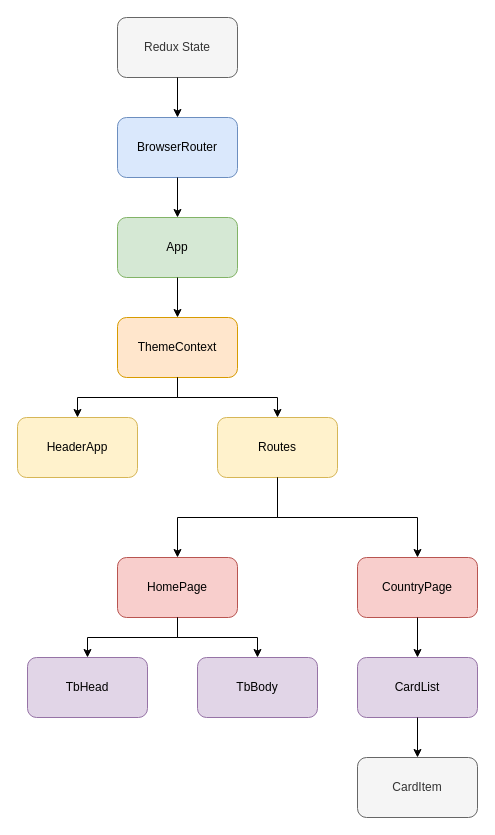
The draw.io diagram presentation/componentDiagram.drawio in ncongduy/country-information, before the edit. Source tidied: cells renumbered, new cells numbered last; positions are measured from the earlier drawing's top-left corner, leaving out a move shared by most shapes. Both pictures are drawn from the tidied source at 100%, with x=0, y=0 at pixel (17, 17).
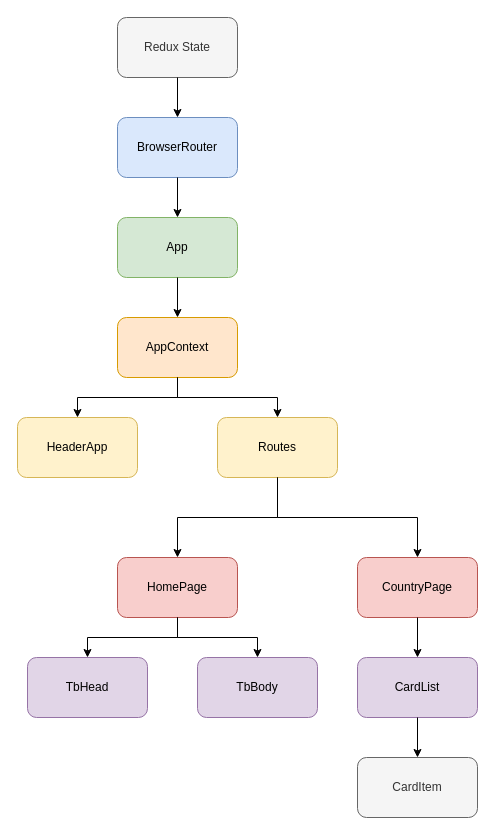
The same page after the edit.

Commit message (it also covers changes not shown here):
update: sort feature

Unchanged cells that the change refers to:
```xml
<mxCell id="2" style="group;" parent="1" vertex="1">
  <mxGeometry width="460" height="800" as="geometry" />
</mxCell>
```

The edit, as a diff of the source:
```diff
@@
-    <mxCell id="8" value="ThemeContext" style="rounded=1;whiteSpace=wrap;html=1;fillColor=#ffe6cc;strokeColor=#d79b00;" parent="2" vertex="1">
+    <mxCell id="8" value="AppContext" style="rounded=1;whiteSpace=wrap;html=1;fillColor=#ffe6cc;strokeColor=#d79b00;" parent="2" vertex="1">
       <mxGeometry x="100" y="300" width="120" height="60" as="geometry" />
     </mxCell>
```
